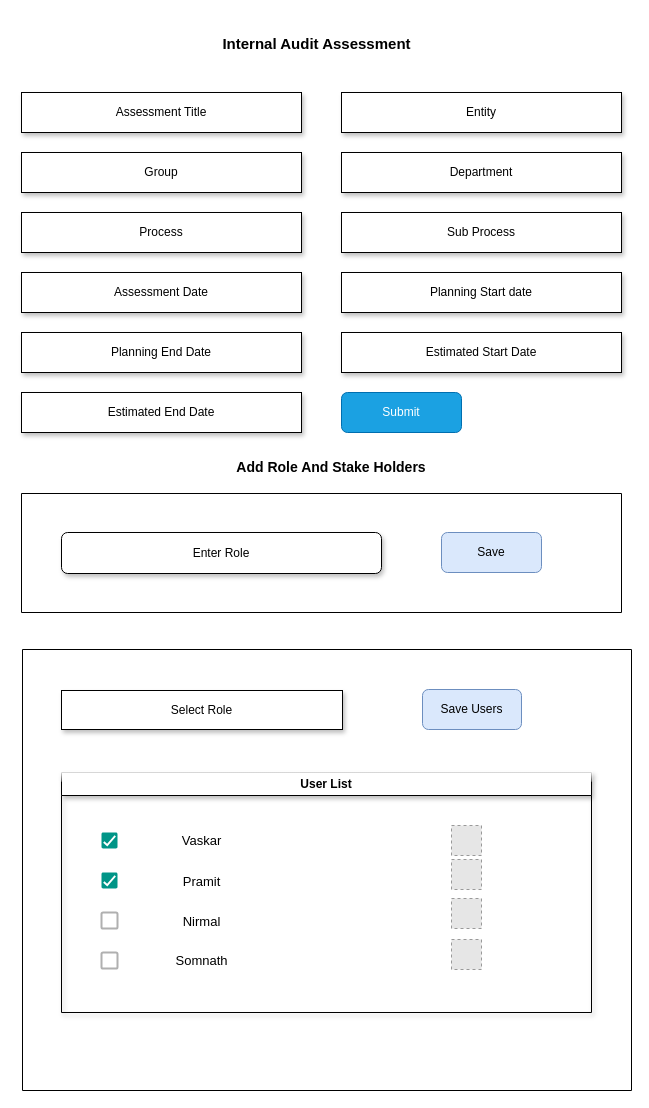
The draw.io diagram page "Assessment" (1 of 4) of internal_audit.drawio in AvikM1996/draw.io, before the edit. Source tidied: cells renumbered, new cells numbered last; positions are measured from the earlier drawing's top-left corner, leaving out a move shared by most shapes. Both pictures are drawn from the tidied source at 100%, with x=0, y=0 at pixel (21, 17). Pictures stored in the file or linked from it are replaced by grey dashed boxes.
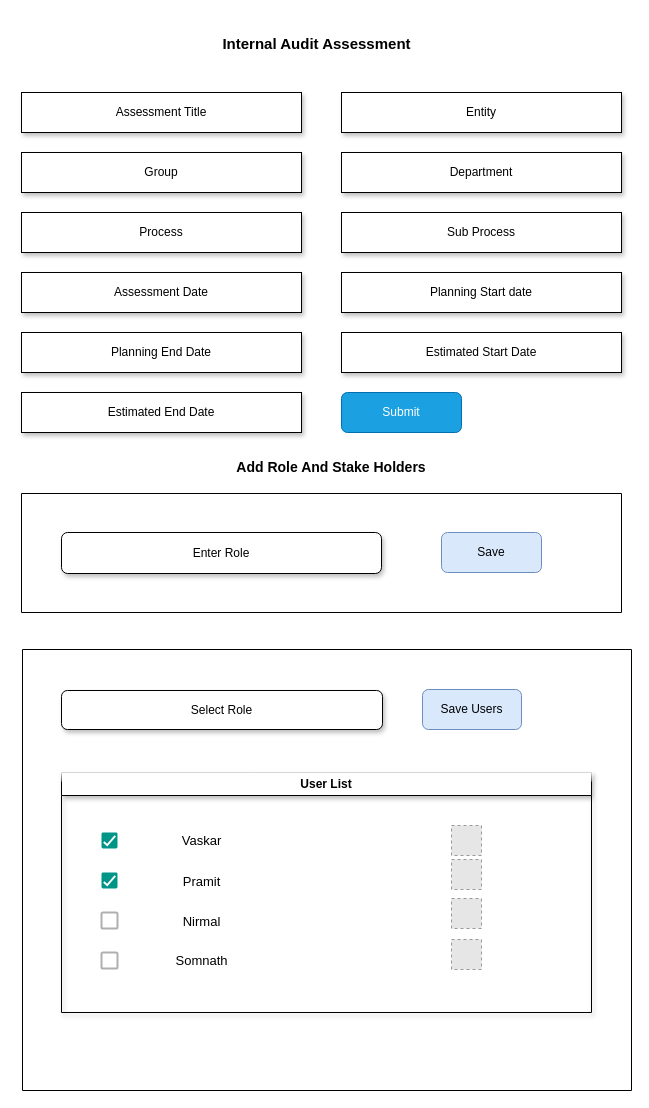
After the change.

The change refers to these unchanged cells:
```xml
<mxCell id="19" style="swimlane;startSize=0;" parent="1" vertex="1">
  <mxGeometry x="1" y="632" width="609" height="441" as="geometry" />
</mxCell>
```

Change to the diagram source:
```diff
@@
-    <mxCell id="20" value="Select Role" style="rounded=0;whiteSpace=wrap;html=1;shadow=1;" parent="19" vertex="1">
-      <mxGeometry x="39" y="41" width="281" height="39" as="geometry" />
+    <mxCell id="20" value="Select Role" style="rounded=1;whiteSpace=wrap;html=1;shadow=1;" parent="19" vertex="1">
+      <mxGeometry x="39" y="41" width="321" height="39" as="geometry" />
     </mxCell>
```
